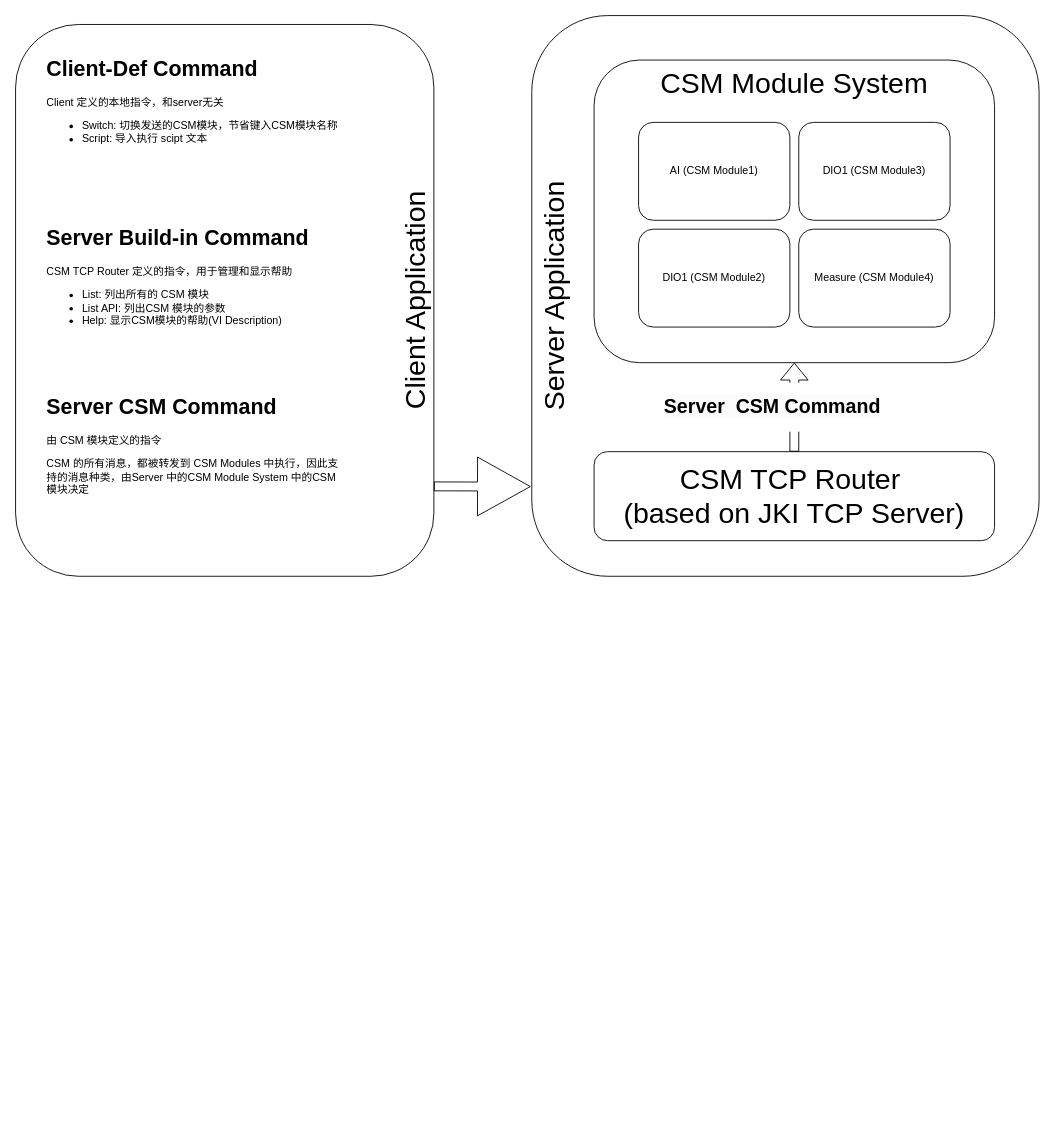
This is .doc/CSM-TCP-Router.drawio from NEVSTOP-LAB/CSM-TCP-Router-App, a draw.io file, before an edit. Source tidied: cells renumbered, new cells numbered last; positions are measured from the earlier drawing's top-left corner, leaving out a move shared by most shapes. Both pictures are drawn from the tidied source at 89%, with x=0, y=0 at pixel (15, 15).
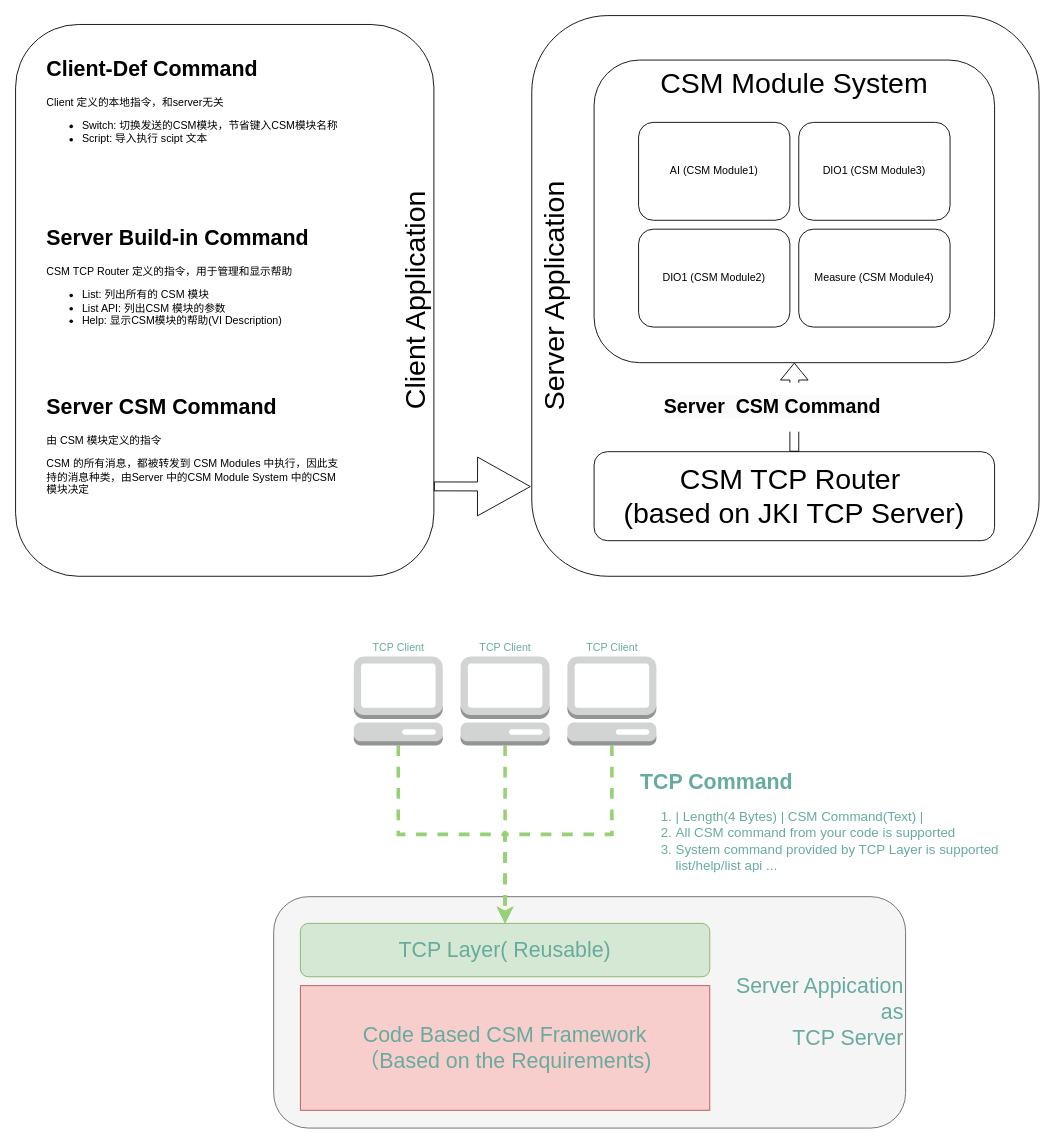
After the change.

The edit, as a diff of the source:
```diff
@@
+    <mxCell id="15" value="Server Appication&lt;br&gt;as&lt;div&gt;TCP Server&lt;/div&gt;" style="rounded=1;whiteSpace=wrap;html=1;align=right;fontSize=24;fillColor=#f5f5f5;fontColor=#67AB9F;strokeColor=#666666;" parent="1" vertex="1">
+      <mxGeometry x="290" y="990" width="710" height="260" as="geometry" />
+    </mxCell>
@@
+    <mxCell id="16" value="TCP Layer( Reusable)" style="rounded=1;whiteSpace=wrap;html=1;fontSize=24;fillColor=#d5e8d4;strokeColor=#82b366;fontColor=#67AB9F;" parent="1" vertex="1">
+      <mxGeometry x="320" y="1020" width="460" height="60" as="geometry" />
+    </mxCell>
+    <mxCell id="17" value="&lt;span style=&quot;font-size: 24px;&quot;&gt;Code Based CSM Framework&lt;/span&gt;&lt;div&gt;&lt;span style=&quot;font-size: 24px;&quot;&gt;（Based on the Requirements)&lt;/span&gt;&lt;/div&gt;" style="rounded=0;whiteSpace=wrap;html=1;fillColor=#f8cecc;strokeColor=#b85450;fontColor=#67AB9F;" parent="1" vertex="1">
+      <mxGeometry x="320" y="1090" width="460" height="140" as="geometry" />
+    </mxCell>
+    <mxCell id="18" style="edgeStyle=orthogonalEdgeStyle;rounded=0;jettySize=auto;html=1;exitX=0.5;exitY=1;exitDx=0;exitDy=0;exitPerimeter=0;entryX=0.5;entryY=0;entryDx=0;entryDy=0;strokeWidth=4;dashed=1;strokeColor=#97D077;" parent="1" edge="1" source="19" target="16">
+      <mxGeometry relative="1" as="geometry" />
+    </mxCell>
+    <mxCell id="19" value="TCP Client" style="outlineConnect=0;dashed=0;verticalLabelPosition=top;verticalAlign=bottom;align=center;html=1;shape=mxgraph.aws3.management_console;fillColor=#D2D3D3;gradientColor=none;labelPosition=center;fontColor=#67AB9F;" parent="1" vertex="1">
+      <mxGeometry x="380" y="720" width="100" height="100" as="geometry" />
+    </mxCell>
+    <mxCell id="20" style="edgeStyle=orthogonalEdgeStyle;rounded=0;jettySize=auto;html=1;exitX=0.5;exitY=1;exitDx=0;exitDy=0;exitPerimeter=0;strokeWidth=4;dashed=1;strokeColor=#97D077;" parent="1" edge="1" source="21" target="16">
+      <mxGeometry relative="1" as="geometry" />
+    </mxCell>
+    <mxCell id="21" value="TCP Client" style="outlineConnect=0;dashed=0;verticalLabelPosition=top;verticalAlign=bottom;align=center;html=1;shape=mxgraph.aws3.management_console;fillColor=#D2D3D3;gradientColor=none;labelPosition=center;fontColor=#67AB9F;" parent="1" vertex="1">
+      <mxGeometry x="500" y="720" width="100" height="100" as="geometry" />
+    </mxCell>
+    <mxCell id="22" style="edgeStyle=orthogonalEdgeStyle;rounded=0;jettySize=auto;html=1;exitX=0.5;exitY=1;exitDx=0;exitDy=0;exitPerimeter=0;entryX=0.5;entryY=0;entryDx=0;entryDy=0;strokeWidth=4;dashed=1;strokeColor=#97D077;" parent="1" edge="1" source="23" target="16">
+      <mxGeometry relative="1" as="geometry" />
+    </mxCell>
+    <mxCell id="23" value="TCP Client" style="outlineConnect=0;dashed=0;verticalLabelPosition=top;verticalAlign=bottom;align=center;html=1;shape=mxgraph.aws3.management_console;fillColor=#D2D3D3;gradientColor=none;labelPosition=center;fontColor=#67AB9F;" parent="1" vertex="1">
+      <mxGeometry x="620" y="720" width="100" height="100" as="geometry" />
+    </mxCell>
+    <mxCell id="24" value="&lt;h1 style=&quot;margin-top: 0px;&quot;&gt;TCP Command&lt;/h1&gt;&lt;p&gt;&lt;/p&gt;&lt;ol style=&quot;font-size: 15px;&quot;&gt;&lt;li style=&quot;&quot;&gt;&lt;font style=&quot;font-size: 15px;&quot;&gt;| Length(4 Bytes) | CSM Command(Text) |&lt;/font&gt;&lt;/li&gt;&lt;li style=&quot;&quot;&gt;&lt;font style=&quot;font-size: 15px;&quot;&gt;All CSM command from your code is supported&lt;/font&gt;&lt;/li&gt;&lt;li style=&quot;&quot;&gt;&lt;font style=&quot;font-size: 15px;&quot;&gt;System command provided by TCP Layer is supported&lt;br&gt;list/help/list api ...&lt;/font&gt;&lt;/li&gt;&lt;/ol&gt;&lt;p style=&quot;font-size: 15px;&quot;&gt;&lt;/p&gt;&lt;p style=&quot;font-size: 15px;&quot;&gt;&lt;br&gt;&lt;/p&gt;" style="text;html=1;whiteSpace=wrap;overflow=hidden;rounded=0;fontColor=#67AB9F;" parent="1" vertex="1">
+      <mxGeometry x="700" y="840" width="430" height="120" as="geometry" />
+    </mxCell>
```
